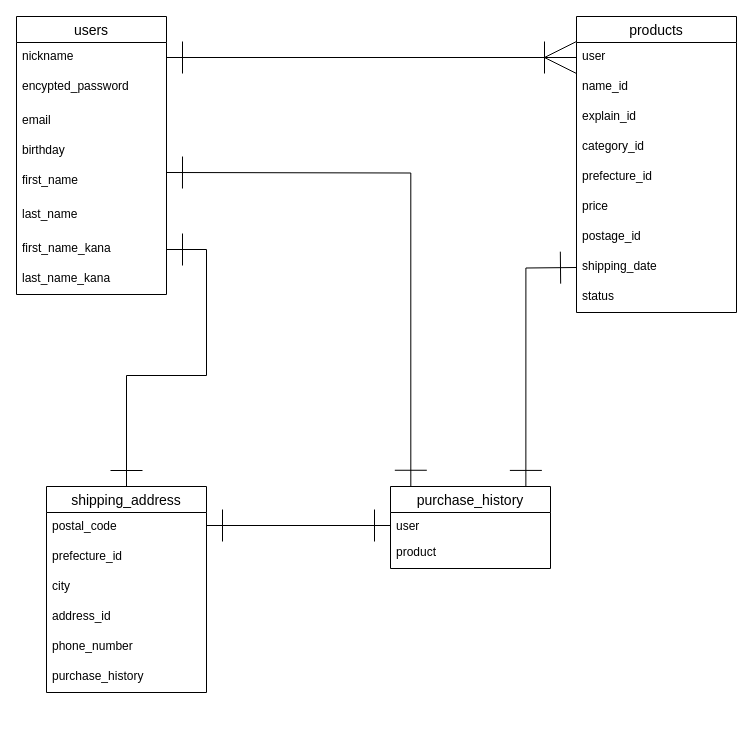
Before: er.dio in ryosuke1005/furima-31896, a draw.io diagram. Source tidied: cells renumbered, new cells numbered last; positions are measured from the earlier drawing's top-left corner, leaving out a move shared by most shapes. Both pictures are drawn from the tidied source at 100%, with x=0, y=0 at pixel (16, 16).
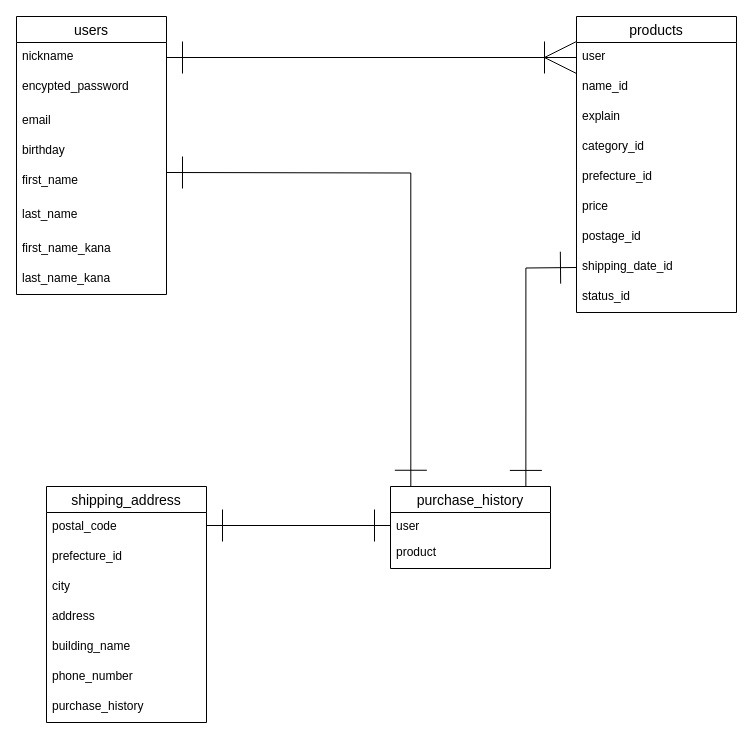
Above is the later version.

Commit message:
er図修正忘れ

Unchanged cells that the change refers to:
```xml
<mxCell id="10" value="first_name_kana" style="text;strokeColor=none;fillColor=none;spacingLeft=4;spacingRight=4;overflow=hidden;points=[[0,0.5],[1,0.5]];portConstraint=eastwest;fontSize=12;" parent="2" vertex="1">
  <mxGeometry y="218" width="150" height="30" as="geometry" />
</mxCell>
<mxCell id="12" value="products" style="swimlane;fontStyle=0;horizontal=1;startSize=26;align=center;fontSize=14;" parent="1" vertex="1">
  <mxGeometry x="560" width="160" height="296" as="geometry" />
</mxCell>
```

The edit, as a diff of the source:
```diff
@@
-    <mxCell id="15" value="explain_id" style="text;strokeColor=none;fillColor=none;spacingLeft=4;spacingRight=4;overflow=hidden;fontSize=12;" parent="12" vertex="1">
+    <mxCell id="15" value="explain" style="text;strokeColor=none;fillColor=none;spacingLeft=4;spacingRight=4;overflow=hidden;fontSize=12;" parent="12" vertex="1">
       <mxGeometry y="86" width="160" height="30" as="geometry" />
     </mxCell>
@@
-    <mxCell id="20" value="shipping_date" style="text;strokeColor=none;fillColor=none;spacingLeft=4;spacingRight=4;overflow=hidden;fontSize=12;" parent="12" vertex="1">
+    <mxCell id="20" value="shipping_date_id" style="text;strokeColor=none;fillColor=none;spacingLeft=4;spacingRight=4;overflow=hidden;fontSize=12;" parent="12" vertex="1">
       <mxGeometry y="236" width="160" height="30" as="geometry" />
     </mxCell>
-    <mxCell id="21" value="status" style="text;strokeColor=none;fillColor=none;spacingLeft=4;spacingRight=4;overflow=hidden;fontSize=12;" parent="12" vertex="1">
+    <mxCell id="21" value="status_id" style="text;strokeColor=none;fillColor=none;spacingLeft=4;spacingRight=4;overflow=hidden;fontSize=12;" parent="12" vertex="1">
       <mxGeometry y="266" width="160" height="30" as="geometry" />
     </mxCell>
@@
-    <mxCell id="28" style="edgeStyle=orthogonalEdgeStyle;rounded=0;jettySize=auto;html=1;exitX=0.5;exitY=0;exitDx=0;exitDy=0;entryX=1;entryY=0.5;entryDx=0;entryDy=0;startArrow=ERone;startFill=0;startSize=30;endArrow=ERone;endFill=0;endSize=30;strokeWidth=1;" parent="1" edge="1" source="29" target="10">
-      <mxGeometry relative="1" as="geometry" />
-    </mxCell>
     <mxCell id="29" value="shipping_address" style="swimlane;fontStyle=0;horizontal=1;startSize=26;align=center;fontSize=14;" parent="1" vertex="1">
-      <mxGeometry x="30" y="470" width="160" height="206" as="geometry" />
+      <mxGeometry x="30" y="470" width="160" height="236" as="geometry" />
     </mxCell>
@@
-    <mxCell id="33" value="address_id" style="text;strokeColor=none;fillColor=none;spacingLeft=4;spacingRight=4;overflow=hidden;fontSize=12;" parent="29" vertex="1">
+    <mxCell id="33" value="address" style="text;strokeColor=none;fillColor=none;spacingLeft=4;spacingRight=4;overflow=hidden;fontSize=12;" parent="29" vertex="1">
       <mxGeometry y="116" width="160" height="30" as="geometry" />
     </mxCell>
+    <mxCell id="37" value="building_name" style="text;strokeColor=none;fillColor=none;spacingLeft=4;spacingRight=4;overflow=hidden;fontSize=12;" parent="29" vertex="1">
+      <mxGeometry y="146" width="160" height="30" as="geometry" />
+    </mxCell>
     <mxCell id="34" value="phone_number" style="text;strokeColor=none;fillColor=none;spacingLeft=4;spacingRight=4;overflow=hidden;fontSize=12;" parent="29" vertex="1">
-      <mxGeometry y="146" width="160" height="30" as="geometry" />
+      <mxGeometry y="176" width="160" height="30" as="geometry" />
     </mxCell>
     <mxCell id="35" value="purchase_history" style="text;strokeColor=none;fillColor=none;spacingLeft=4;spacingRight=4;overflow=hidden;fontSize=12;" parent="29" vertex="1">
-      <mxGeometry y="176" width="160" height="30" as="geometry" />
+      <mxGeometry y="206" width="160" height="30" as="geometry" />
     </mxCell>
```
